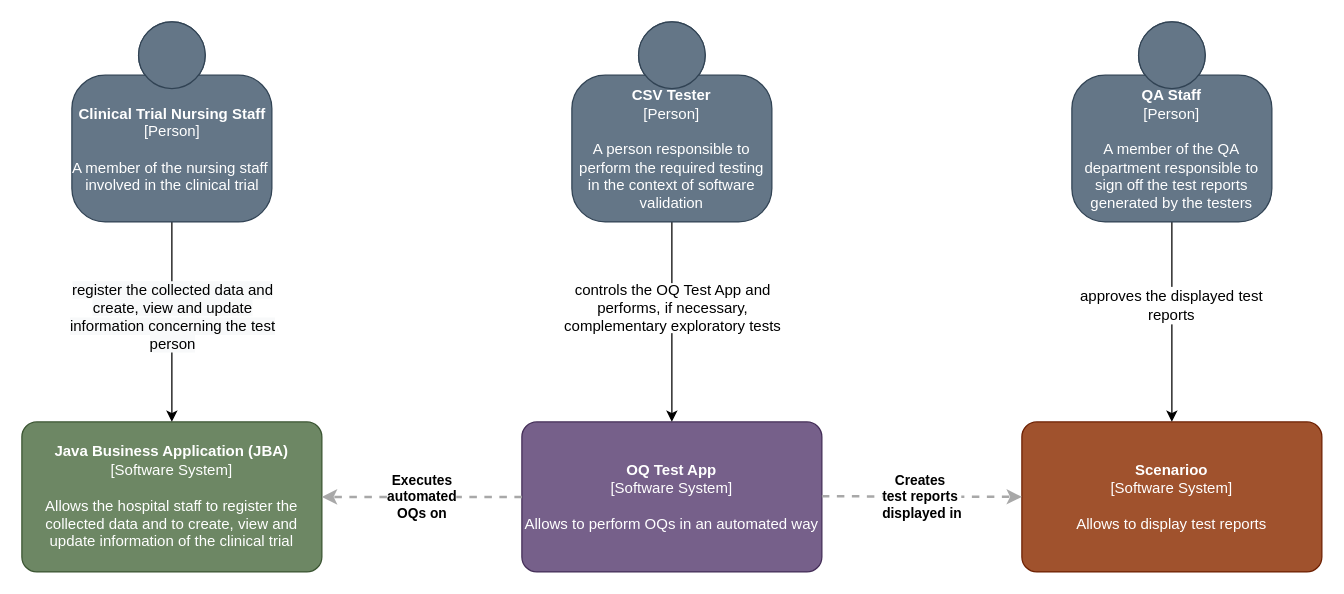
Before: documentation/C1_Architecture_Diagram.drawio in sableu/BDD4OQ, a draw.io diagram. Source tidied: cells renumbered, new cells numbered last; positions are measured from the earlier drawing's top-left corner, leaving out a move shared by most shapes. Both pictures are drawn from the tidied source at 125%, with x=0, y=0 at pixel (21, 21).
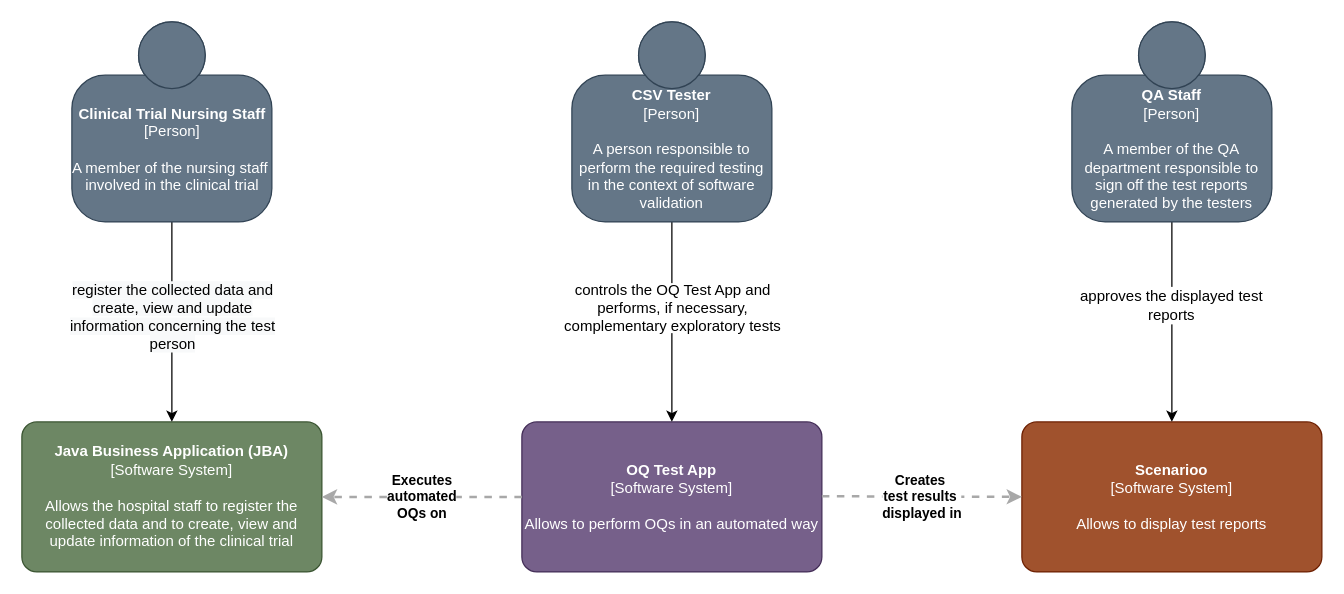
Above is the later version.

Diff of the diagram source:
```diff
@@
 <mxGraphModel>
   <root>
     <mxCell id="0" />
     <mxCell id="1" parent="0" />
     <mxCell id="2" value="&lt;b&gt;Java Business Application (JBA)&lt;/b&gt;&lt;div&gt;[Software System]&lt;/div&gt;&lt;br&gt;&lt;div&gt;Allows the hospital staff to register the collected data and to create, view and update information of the clinical trial&lt;/div&gt;" style="rounded=1;whiteSpace=wrap;html=1;labelBackgroundColor=none;fillColor=#6d8764;fontColor=#ffffff;align=center;arcSize=10;strokeColor=#3A5431;points=[[0.25,0,0],[0.5,0,0],[0.75,0,0],[1,0.25,0],[1,0.5,0],[1,0.75,0],[0.75,1,0],[0.5,1,0],[0.25,1,0],[0,0.75,0],[0,0.5,0],[0,0.25,0]];" parent="1" vertex="1">
       <mxGeometry y="320" width="240" height="120" as="geometry" />
     </mxCell>
     <mxCell id="3" value="&lt;b&gt;OQ Test App&lt;/b&gt;&lt;div&gt;[Software System]&lt;/div&gt;&lt;br&gt;&lt;div&gt;Allows to perform OQs in an automated way&lt;/div&gt;" style="rounded=1;whiteSpace=wrap;html=1;labelBackgroundColor=none;fillColor=#76608a;fontColor=#ffffff;align=center;arcSize=10;strokeColor=#432D57;points=[[0.25,0,0],[0.5,0,0],[0.75,0,0],[1,0.25,0],[1,0.5,0],[1,0.75,0],[0.75,1,0],[0.5,1,0],[0.25,1,0],[0,0.75,0],[0,0.5,0],[0,0.25,0]];" parent="1" vertex="1">
       <mxGeometry x="400" y="320" width="240" height="120" as="geometry" />
     </mxCell>
     <mxCell id="4" value="&lt;b&gt;Scenarioo&lt;/b&gt;&lt;div&gt;[Software System]&lt;/div&gt;&lt;br&gt;&lt;div&gt;Allows to display test reports&lt;/div&gt;" style="rounded=1;whiteSpace=wrap;html=1;labelBackgroundColor=none;fillColor=#a0522d;fontColor=#ffffff;align=center;arcSize=10;strokeColor=#6D1F00;points=[[0.25,0,0],[0.5,0,0],[0.75,0,0],[1,0.25,0],[1,0.5,0],[1,0.75,0],[0.75,1,0],[0.5,1,0],[0.25,1,0],[0,0.75,0],[0,0.5,0],[0,0.25,0]];" parent="1" vertex="1">
       <mxGeometry x="800" y="320" width="240" height="120" as="geometry" />
     </mxCell>
     <mxCell id="5" style="edgeStyle=orthogonalEdgeStyle;rounded=0;jettySize=auto;html=1;" parent="1" edge="1" source="6" target="2">
       <mxGeometry relative="1" as="geometry" />
     </mxCell>
     <mxCell id="6" value="&lt;b&gt;Clinical Trial Nursing Staff&lt;/b&gt;&lt;div&gt;[Person]&lt;/div&gt;&lt;br&gt;&lt;div&gt;A member of the nursing staff&amp;nbsp;&lt;/div&gt;&lt;div&gt;involved&amp;nbsp;&lt;span&gt;in the clinical trial&lt;/span&gt;&lt;/div&gt;" style="html=1;dashed=0;whitespace=wrap;fillColor=#647687;strokeColor=#314354;shape=mxgraph.c4.person;align=center;points=[[0.5,0,0],[1,0.5,0],[1,0.75,0],[0.75,1,0],[0.5,1,0],[0.25,1,0],[0,0.75,0],[0,0.5,0]];fontColor=#ffffff;" parent="1" vertex="1">
       <mxGeometry x="40" width="160" height="160" as="geometry" />
     </mxCell>
     <mxCell id="7" value="&lt;div&gt;&lt;br&gt;&lt;span style=&quot;color: rgb(0 , 0 , 0) ; font-family: &amp;#34;helvetica&amp;#34; ; font-size: 12px ; font-style: normal ; font-weight: 400 ; letter-spacing: normal ; text-indent: 0px ; text-transform: none ; word-spacing: 0px ; background-color: rgb(248 , 249 , 250) ; float: none ; display: inline&quot;&gt;register the collected data and create, view and update information concerning the test person&lt;/span&gt;&lt;br&gt;&lt;br&gt;&lt;/div&gt;" style="text;whiteSpace=wrap;html=1;align=center;verticalAlign=middle;fillColor=#ffffff;" parent="1" vertex="1">
       <mxGeometry x="26" y="211" width="190" height="50" as="geometry" />
     </mxCell>
     <mxCell id="8" style="edgeStyle=orthogonalEdgeStyle;rounded=0;jettySize=auto;html=1;" parent="1" edge="1" source="9" target="3">
       <mxGeometry relative="1" as="geometry" />
     </mxCell>
     <mxCell id="9" value="&lt;b&gt;CSV Tester&lt;/b&gt;&lt;div&gt;[Person]&lt;/div&gt;&lt;br&gt;&lt;div&gt;A person responsible to perform&amp;nbsp;&lt;span&gt;the required testing in the context&amp;nbsp;&lt;/span&gt;&lt;span&gt;of software validation&lt;/span&gt;&lt;/div&gt;" style="html=1;dashed=0;whitespace=wrap;fillColor=#647687;strokeColor=#314354;shape=mxgraph.c4.person;align=center;points=[[0.5,0,0],[1,0.5,0],[1,0.75,0],[0.75,1,0],[0.5,1,0],[0.25,1,0],[0,0.75,0],[0,0.5,0]];whiteSpace=wrap;fontColor=#ffffff;" parent="1" vertex="1">
       <mxGeometry x="440" width="160" height="160" as="geometry" />
     </mxCell>
     <mxCell id="10" style="edgeStyle=orthogonalEdgeStyle;rounded=0;jettySize=auto;html=1;exitX=0.5;exitY=1;exitDx=0;exitDy=0;exitPerimeter=0;entryX=0.5;entryY=0;entryDx=0;entryDy=0;entryPerimeter=0;" parent="1" edge="1" source="11" target="4">
       <mxGeometry relative="1" as="geometry" />
     </mxCell>
     <mxCell id="11" value="&lt;b&gt;QA Staff&lt;/b&gt;&lt;br&gt;&lt;div&gt;[Person]&lt;/div&gt;&lt;br&gt;&lt;div&gt;A member of the QA department responsible to sign off the test reports generated by the testers&lt;/div&gt;" style="html=1;dashed=0;whitespace=wrap;fillColor=#647687;strokeColor=#314354;shape=mxgraph.c4.person;align=center;points=[[0.5,0,0],[1,0.5,0],[1,0.75,0],[0.75,1,0],[0.5,1,0],[0.25,1,0],[0,0.75,0],[0,0.5,0]];whiteSpace=wrap;fontColor=#ffffff;" parent="1" vertex="1">
       <mxGeometry x="840" width="160" height="160" as="geometry" />
     </mxCell>
-    <mxCell id="12" value="&lt;div style=&quot;text-align: left&quot;&gt;&lt;div style=&quot;text-align: center&quot;&gt;&lt;b&gt;Creates&amp;nbsp;&lt;/b&gt;&lt;/div&gt;&lt;div style=&quot;text-align: center&quot;&gt;&lt;b&gt;test reports&amp;nbsp;&lt;/b&gt;&lt;/div&gt;&lt;div style=&quot;text-align: center&quot;&gt;&lt;b&gt;displayed in&lt;/b&gt;&lt;/div&gt;&lt;/div&gt;" style="edgeStyle=none;rounded=0;html=1;jettySize=auto;orthogonalLoop=1;strokeColor=#A8A8A8;strokeWidth=2;fontColor=#000000;jumpStyle=none;dashed=1;" parent="1" edge="1">
+    <mxCell id="12" value="&lt;div style=&quot;text-align: left&quot;&gt;&lt;div style=&quot;text-align: center&quot;&gt;&lt;b&gt;Creates&amp;nbsp;&lt;/b&gt;&lt;/div&gt;&lt;div style=&quot;text-align: center&quot;&gt;&lt;b&gt;test results&amp;nbsp;&lt;/b&gt;&lt;/div&gt;&lt;div style=&quot;text-align: center&quot;&gt;&lt;b&gt;displayed in&lt;/b&gt;&lt;/div&gt;&lt;/div&gt;" style="edgeStyle=none;rounded=0;html=1;jettySize=auto;orthogonalLoop=1;strokeColor=#A8A8A8;strokeWidth=2;fontColor=#000000;jumpStyle=none;dashed=1;" parent="1" edge="1">
       <mxGeometry relative="1" as="geometry">
         <mxPoint x="640" y="379.5" as="sourcePoint" />
         <mxPoint x="800" y="380" as="targetPoint" />
       </mxGeometry>
     </mxCell>
     <mxCell id="13" value="&lt;div style=&quot;text-align: left&quot;&gt;&lt;div style=&quot;text-align: center&quot;&gt;&lt;b&gt;Executes&lt;/b&gt;&lt;/div&gt;&lt;div style=&quot;text-align: center&quot;&gt;&lt;b&gt;automated&lt;/b&gt;&lt;/div&gt;&lt;div style=&quot;text-align: center&quot;&gt;&lt;b&gt;OQs on&lt;/b&gt;&lt;/div&gt;&lt;/div&gt;" style="edgeStyle=none;rounded=0;html=1;entryX=1;entryY=0.5;jettySize=auto;strokeColor=#A8A8A8;strokeWidth=2;fontColor=#000000;jumpStyle=none;dashed=1;exitX=0;exitY=0.5;exitDx=0;exitDy=0;exitPerimeter=0;entryDx=0;entryDy=0;entryPerimeter=0;" parent="1" edge="1" source="3" target="2">
       <mxGeometry relative="1" as="geometry" />
     </mxCell>
     <mxCell id="14" value="&lt;div&gt;controls the OQ Test App and performs, if necessary, complementary exploratory tests&lt;br&gt;&lt;/div&gt;" style="text;whiteSpace=wrap;html=1;align=center;verticalAlign=middle;fillColor=#ffffff;" parent="1" vertex="1">
       <mxGeometry x="426" y="209" width="190" height="40" as="geometry" />
     </mxCell>
     <mxCell id="15" value="approves the displayed test reports" style="text;html=1;strokeColor=none;fillColor=#ffffff;align=center;verticalAlign=middle;whiteSpace=wrap;rounded=0;" parent="1" vertex="1">
       <mxGeometry x="835" y="212" width="170" height="30" as="geometry" />
     </mxCell>
   </root>
 </mxGraphModel>
```
